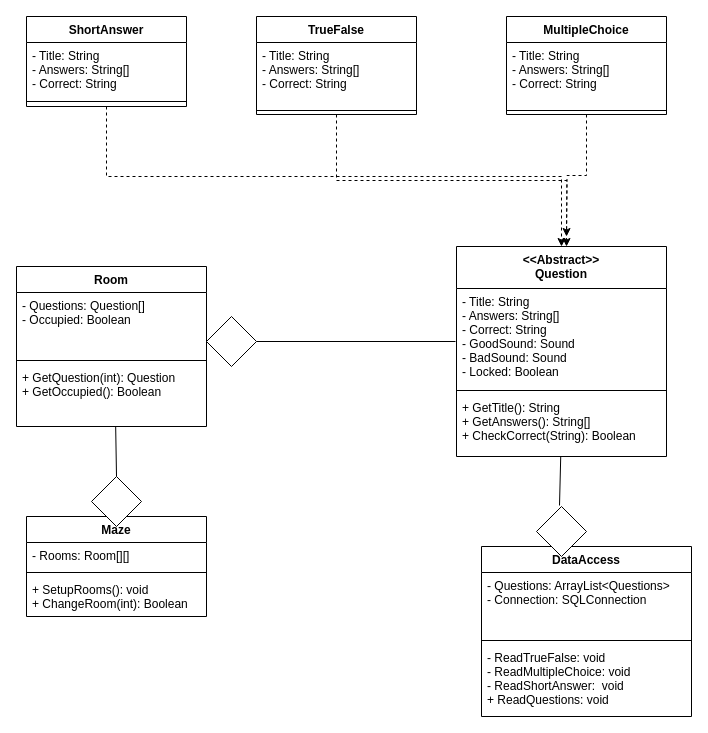
Above: UMLdraft1.drawio in StevenZuelke/SoftDev350 (draw.io), before the change. Source tidied: cells renumbered, new cells numbered last; positions are measured from the earlier drawing's top-left corner, leaving out a move shared by most shapes. Both pictures are drawn from the tidied source at 100%, with x=0, y=0 at pixel (16, 16).
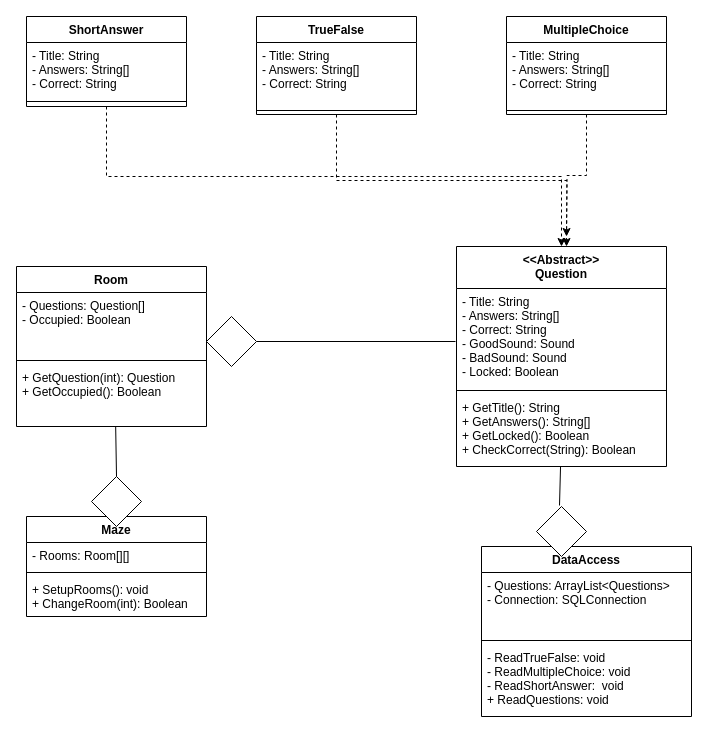
Above is the later version.

Commit message (it also covers changes not shown here):
Finished adding UMLDraft1 To project

Change to the diagram source:
```diff
@@
     <mxCell id="13" value="&lt;&lt;Abstract&gt;&gt;&#10;Question" style="swimlane;fontStyle=1;align=center;verticalAlign=top;horizontal=1;startSize=42;" parent="1" vertex="1">
-      <mxGeometry x="440" y="230" width="210" height="210" as="geometry" />
+      <mxGeometry x="440" y="230" width="210" height="220" as="geometry" />
     </mxCell>
@@
-    <mxCell id="16" value="+ GetTitle(): String&#10;+ GetAnswers(): String[]&#10;+ CheckCorrect(String): Boolean" style="text;strokeColor=none;fillColor=none;align=left;verticalAlign=top;spacingLeft=4;spacingRight=4;overflow=hidden;points=[[0,0.5],[1,0.5]];portConstraint=eastwest;" parent="13" vertex="1">
-      <mxGeometry y="148" width="210" height="62" as="geometry" />
+    <mxCell id="16" value="+ GetTitle(): String&#10;+ GetAnswers(): String[]&#10;+ GetLocked(): Boolean&#10;+ CheckCorrect(String): Boolean" style="text;strokeColor=none;fillColor=none;align=left;verticalAlign=top;spacingLeft=4;spacingRight=4;overflow=hidden;points=[[0,0.5],[1,0.5]];portConstraint=eastwest;" parent="13" vertex="1">
+      <mxGeometry y="148" width="210" height="72" as="geometry" />
     </mxCell>
```
